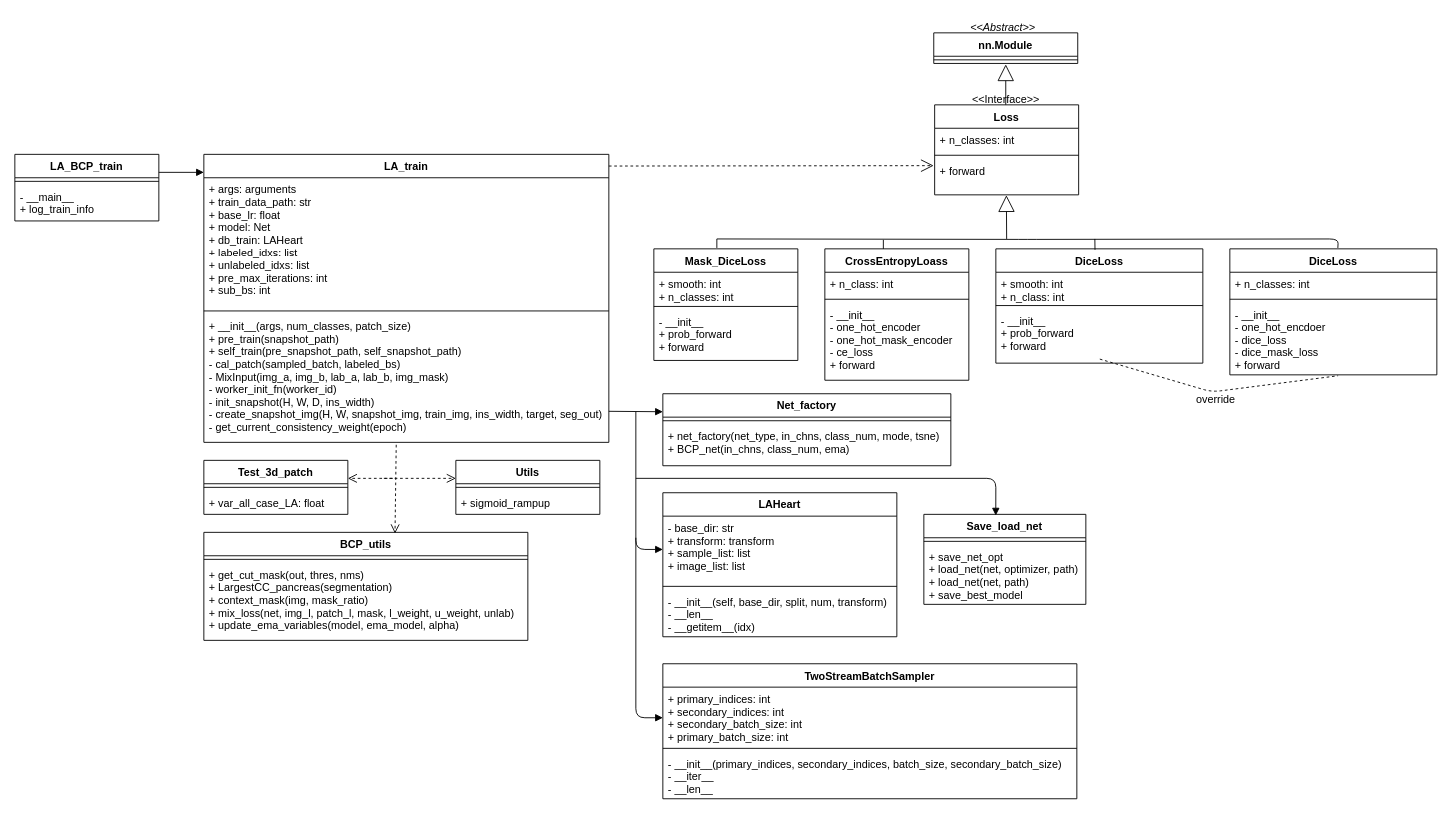
Above: UML_after.drawio in yinghua8/Refactoring-BCP-Project (draw.io), before the change. Source tidied: cells renumbered, new cells numbered last; positions are measured from the earlier drawing's top-left corner, leaving out a move shared by most shapes. Both pictures are drawn from the tidied source at 90%, with x=0, y=0 at pixel (14, 14).
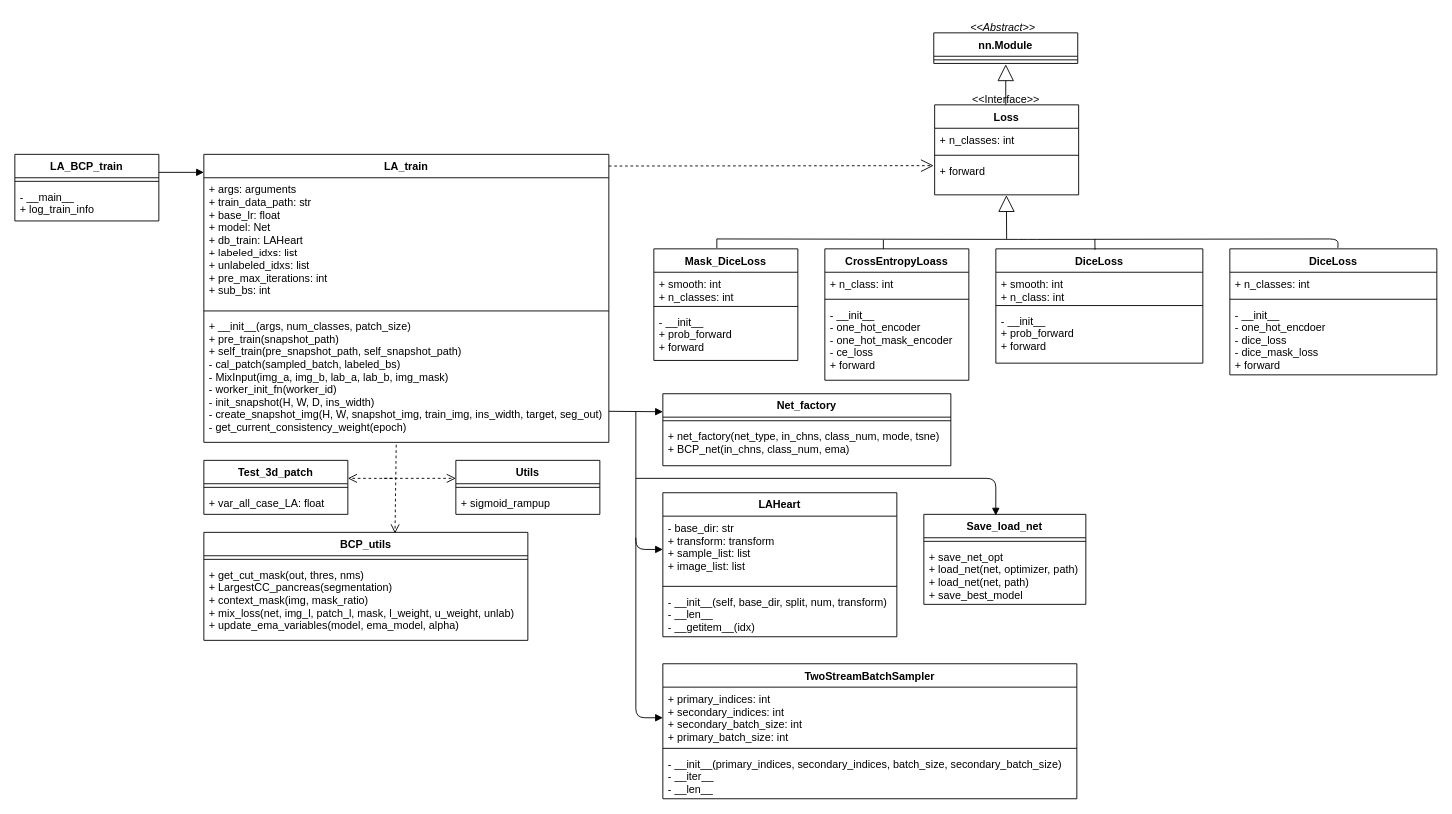
The same diagram, later.

Change to the diagram source:
```diff
@@
-    <mxCell id="57" style="endArrow=none;dashed=1;html=1;exitX=0.502;exitY=1.041;exitDx=0;exitDy=0;exitPerimeter=0;entryX=0.523;entryY=1.012;entryDx=0;entryDy=0;entryPerimeter=0;" parent="1" edge="1">
-      <mxGeometry relative="1" as="geometry">
-        <mxPoint x="1205.5" y="382.5" as="sourcePoint" />
-        <mxPoint x="1470.3" y="401" as="targetPoint" />
-        <Array as="points">
-          <mxPoint x="1330" y="419" />
-        </Array>
-      </mxGeometry>
-    </mxCell>
-    <mxCell id="58" value="override" style="text;strokeColor=none;fillColor=none;align=left;verticalAlign=top;spacingLeft=4;spacingRight=4;overflow=hidden;" parent="1" vertex="1">
-      <mxGeometry x="1307" y="414" width="63" height="26" as="geometry" />
-    </mxCell>
```
